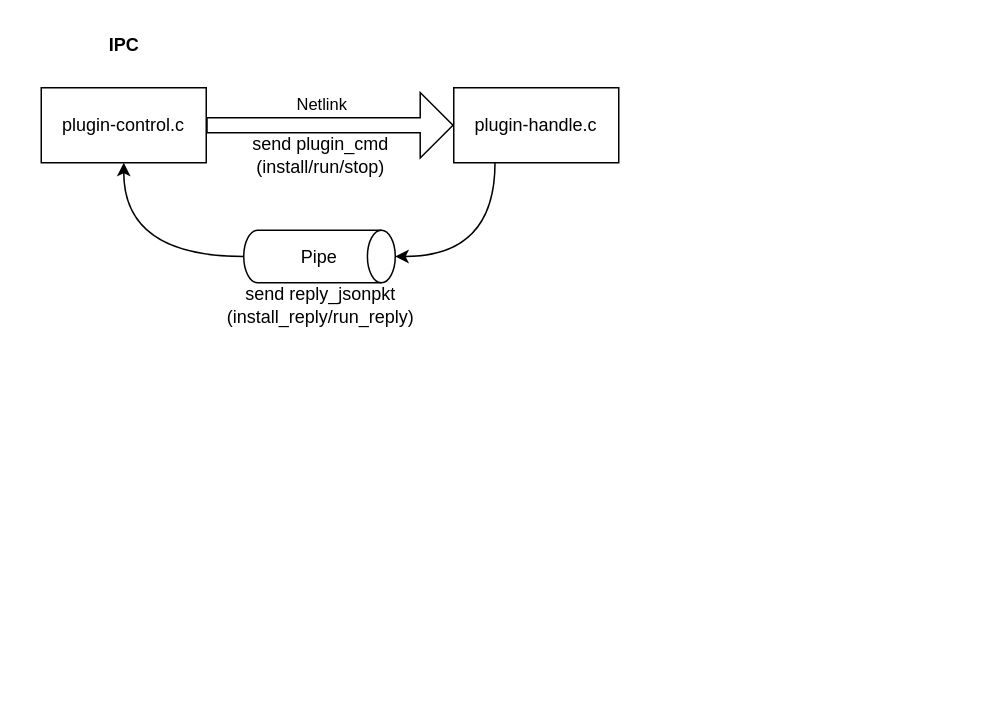
Before: page "ipc" (2 of 3) of gw-mtk/mobile_manager.drawio in waterwatermelon/graph, a draw.io diagram. Source tidied: cells renumbered, new cells numbered last; positions are measured from the earlier drawing's top-left corner, leaving out a move shared by most shapes. Both pictures are drawn from the tidied source at 150%, with x=0, y=0 at pixel (40, 26).
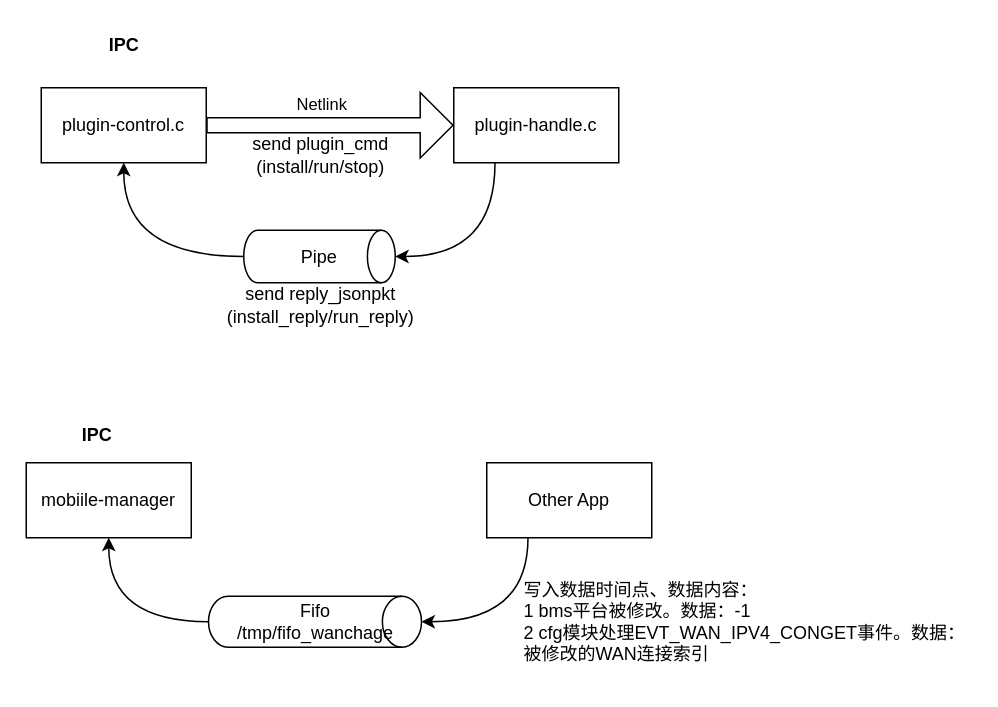
The same diagram, later.

The edit, as a diff of the source:
```diff
@@
 <mxGraphModel>
   <root>
     <mxCell id="0" />
     <mxCell id="1" parent="0" />
     <mxCell id="2" value="plugin-control.c" style="html=1;whiteSpace=wrap;" parent="1" vertex="1">
       <mxGeometry y="41" width="110" height="50" as="geometry" />
     </mxCell>
     <mxCell id="3" style="edgeStyle=orthogonalEdgeStyle;rounded=0;jettySize=auto;html=1;exitX=0.25;exitY=1;exitDx=0;exitDy=0;entryX=1;entryY=0.5;entryDx=0;entryDy=0;curved=1;entryPerimeter=0;" parent="1" edge="1" source="4" target="8">
       <mxGeometry relative="1" as="geometry" />
     </mxCell>
     <mxCell id="4" value="plugin-handle.c" style="html=1;whiteSpace=wrap;" parent="1" vertex="1">
       <mxGeometry x="275" y="41" width="110" height="50" as="geometry" />
     </mxCell>
     <mxCell id="5" style="shape=flexArrow;endArrow=classic;html=1;rounded=0;entryX=0;entryY=0.5;entryDx=0;entryDy=0;exitX=1;exitY=0.5;exitDx=0;exitDy=0;endWidth=32.57142857142857;endSize=6.954285714285715;" parent="1" edge="1" source="2" target="4">
       <mxGeometry relative="1" as="geometry" />
     </mxCell>
     <mxCell id="6" value="Netlink" style="edgeLabel;html=1;align=center;verticalAlign=middle;" parent="5" vertex="1">
       <mxGeometry x="-0.03" y="7" relative="1" as="geometry">
         <mxPoint x="-4" y="-8" as="offset" />
       </mxGeometry>
     </mxCell>
     <mxCell id="7" style="edgeStyle=orthogonalEdgeStyle;rounded=0;jettySize=auto;html=1;exitX=0;exitY=0.5;exitDx=0;exitDy=0;exitPerimeter=0;entryX=0.5;entryY=1;entryDx=0;entryDy=0;curved=1;" parent="1" edge="1" source="8" target="2">
       <mxGeometry relative="1" as="geometry" />
     </mxCell>
     <mxCell id="8" value="Pipe" style="strokeWidth=1;html=1;shape=mxgraph.flowchart.direct_data;whiteSpace=wrap;" parent="1" vertex="1">
       <mxGeometry x="135" y="136" width="101" height="35" as="geometry" />
     </mxCell>
     <mxCell id="9" value="send reply_jsonpkt&lt;br&gt;(install_reply/run_reply)" style="text;html=1;align=center;verticalAlign=middle;strokeColor=none;fillColor=none;" parent="1" vertex="1">
       <mxGeometry x="110.5" y="166" width="150" height="40" as="geometry" />
     </mxCell>
     <mxCell id="10" value="send plugin_cmd&lt;br&gt;(install/run/stop)" style="text;html=1;align=center;verticalAlign=middle;strokeColor=none;fillColor=none;" parent="1" vertex="1">
       <mxGeometry x="130.5" y="66" width="110" height="40" as="geometry" />
     </mxCell>
     <mxCell id="11" value="IPC" style="text;align=center;fontStyle=1;verticalAlign=middle;spacingLeft=3;spacingRight=3;strokeColor=none;html=1;" parent="1" vertex="1">
       <mxGeometry x="15" width="80" height="26" as="geometry" />
     </mxCell>
+    <mxCell id="12" value="mobiile-manager" style="html=1;whiteSpace=wrap;" parent="1" vertex="1">
+      <mxGeometry x="-10" y="291" width="110" height="50" as="geometry" />
+    </mxCell>
+    <mxCell id="13" style="edgeStyle=orthogonalEdgeStyle;rounded=0;jettySize=auto;html=1;exitX=0.25;exitY=1;exitDx=0;exitDy=0;entryX=1;entryY=0.5;entryDx=0;entryDy=0;curved=1;entryPerimeter=0;" parent="1" edge="1" source="14" target="16">
+      <mxGeometry relative="1" as="geometry" />
+    </mxCell>
+    <mxCell id="14" value="Other App" style="html=1;whiteSpace=wrap;" parent="1" vertex="1">
+      <mxGeometry x="297" y="291" width="110" height="50" as="geometry" />
+    </mxCell>
+    <mxCell id="15" style="edgeStyle=orthogonalEdgeStyle;rounded=0;jettySize=auto;html=1;exitX=0;exitY=0.5;exitDx=0;exitDy=0;exitPerimeter=0;entryX=0.5;entryY=1;entryDx=0;entryDy=0;curved=1;" parent="1" edge="1" source="16" target="12">
+      <mxGeometry relative="1" as="geometry" />
+    </mxCell>
+    <mxCell id="16" value="Fifo&lt;br&gt;/tmp/fifo_wanchage" style="strokeWidth=1;html=1;shape=mxgraph.flowchart.direct_data;whiteSpace=wrap;" parent="1" vertex="1">
+      <mxGeometry x="111.5" y="380" width="142" height="34" as="geometry" />
+    </mxCell>
+    <mxCell id="17" value="IPC" style="text;align=center;fontStyle=1;verticalAlign=middle;spacingLeft=3;spacingRight=3;strokeColor=none;html=1;" parent="1" vertex="1">
+      <mxGeometry x="-3" y="260" width="80" height="26" as="geometry" />
+    </mxCell>
+    <mxCell id="18" value="写入数据时间点、数据内容：&lt;br&gt;1 bms平台被修改。数据：-1&lt;br&gt;2 cfg模块处理EVT_WAN_IPV4_CONGET事件。数据：被修改的WAN连接索引" style="text;html=1;strokeColor=none;fillColor=none;align=left;verticalAlign=middle;whiteSpace=wrap;rounded=0;" parent="1" vertex="1">
+      <mxGeometry x="320" y="357" width="300" height="80" as="geometry" />
+    </mxCell>
   </root>
 </mxGraphModel>
```
